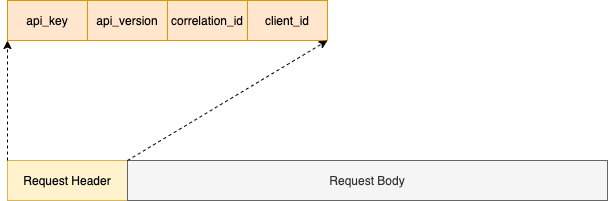
Above: kafka/protocol.png in sivanbil/architecthure-diagram (draw.io), before the change. Source tidied: cells renumbered, new cells last; positions are measured from the earlier drawing's top-left corner, leaving out a move shared by most shapes.
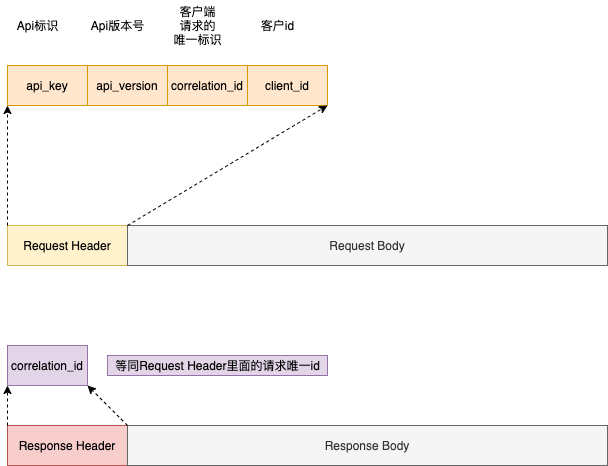
After the change.

The edit, as a diff of the source:
```diff
@@ -26,5 +26,37 @@
     <mxCell id="9" style="endArrow=classic;html=1;entryX=0;entryY=1;entryDx=0;entryDy=0;exitX=0;exitY=0;exitDx=0;exitDy=0;dashed=1;" parent="1" edge="1" source="2" target="4">
       <mxGeometry relative="1" as="geometry" />
     </mxCell>
+    <mxCell id="10" value="Api标识" style="text;html=1;align=center;verticalAlign=middle;strokeColor=none;fillColor=none;" parent="1" vertex="1">
+      <mxGeometry y="-50" width="60" height="20" as="geometry" />
+    </mxCell>
+    <mxCell id="11" value="Api版本号" style="text;html=1;align=center;verticalAlign=middle;strokeColor=none;fillColor=none;" parent="1" vertex="1">
+      <mxGeometry x="75" y="-50" width="70" height="20" as="geometry" />
+    </mxCell>
+    <mxCell id="12" value="客户端&lt;br&gt;请求的&lt;br&gt;唯一标识" style="text;html=1;align=center;verticalAlign=middle;strokeColor=none;fillColor=none;" parent="1" vertex="1">
+      <mxGeometry x="160" y="-65" width="60" height="50" as="geometry" />
+    </mxCell>
+    <mxCell id="13" value="客户id" style="text;html=1;align=center;verticalAlign=middle;strokeColor=none;fillColor=none;" parent="1" vertex="1">
+      <mxGeometry x="245" y="-50" width="50" height="20" as="geometry" />
+    </mxCell>
+    <mxCell id="14" value="Response Header" style="rounded=0;whiteSpace=wrap;html=1;fillColor=#f8cecc;strokeColor=#b85450;" parent="1" vertex="1">
+      <mxGeometry y="360" width="120" height="40" as="geometry" />
+    </mxCell>
+    <mxCell id="15" value="Response Body" style="rounded=0;whiteSpace=wrap;html=1;fillColor=#f5f5f5;strokeColor=#666666;fontColor=#333333;" parent="1" vertex="1">
+      <mxGeometry x="120" y="360" width="480" height="40" as="geometry" />
+    </mxCell>
+    <mxCell id="16" value="&lt;span&gt;correlation_id&lt;/span&gt;" style="rounded=0;whiteSpace=wrap;html=1;fillColor=#e1d5e7;strokeColor=#9673a6;" parent="1" vertex="1">
+      <mxGeometry y="280" width="80" height="40" as="geometry" />
+    </mxCell>
+    <mxCell id="17" style="endArrow=classic;html=1;entryX=0;entryY=1;entryDx=0;entryDy=0;exitX=0;exitY=0;exitDx=0;exitDy=0;dashed=1;" parent="1" edge="1" source="14" target="16">
+      <mxGeometry relative="1" as="geometry" />
+    </mxCell>
+    <mxCell id="18" style="endArrow=classic;html=1;entryX=0;entryY=1;entryDx=0;entryDy=0;exitX=1;exitY=0;exitDx=0;exitDy=0;dashed=1;" parent="1" edge="1" source="14">
+      <mxGeometry relative="1" as="geometry">
+        <mxPoint x="80" y="320" as="targetPoint" />
+      </mxGeometry>
+    </mxCell>
+    <mxCell id="19" value="等同Request Header里面的请求唯一id" style="text;html=1;align=center;verticalAlign=middle;strokeColor=#9673a6;fillColor=#e1d5e7;" parent="1" vertex="1">
+      <mxGeometry x="100" y="290" width="220" height="20" as="geometry" />
+    </mxCell>
   </root>
 </mxGraphModel>
```
